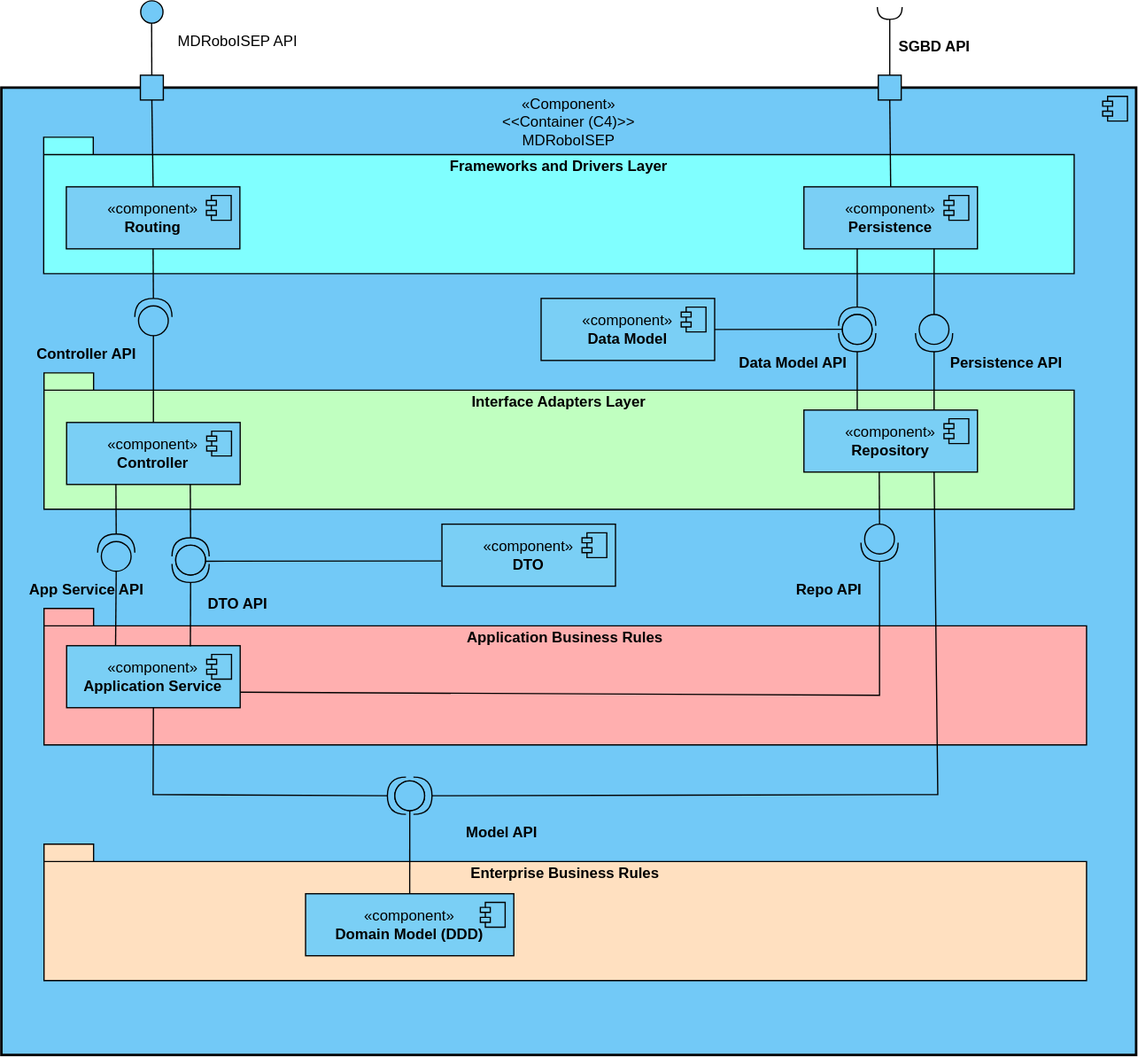
Earlier version of the draw.io export docs/N3/VL.svg (SEM5PI2324G58/sem5pi_g58_23_24). Source tidied: cells renumbered, new cells last; positions are measured from the earlier drawing's top-left corner, leaving out a move shared by most shapes. The source it was exported from:
```xml
<mxGraphModel>
  <root>
    <mxCell id="0" />
    <mxCell id="1" parent="0" />
    <mxCell id="2" value="«Component»&lt;br&gt;&amp;lt;&amp;lt;Container (C4)&amp;gt;&amp;gt;&lt;br&gt;MDRoboISEP" style="html=1;whiteSpace=wrap;verticalAlign=top;fillColor=#72C9F7;strokeColor=#000000;strokeWidth=2;" parent="1" vertex="1">
      <mxGeometry x="-0.4" y="70" width="915.4" height="780" as="geometry" />
    </mxCell>
    <mxCell id="3" style="shape=module;jettyWidth=8;jettyHeight=4;fillColor=#72c9f7;" parent="2" vertex="1">
      <mxGeometry x="1" width="20" height="20" relative="1" as="geometry">
        <mxPoint x="-27" y="7" as="offset" />
      </mxGeometry>
    </mxCell>
    <mxCell id="4" style="html=1;rounded=0;fillColor=#72C9F7;" parent="1" vertex="1">
      <mxGeometry x="111.8" y="60" width="18.5" height="20" as="geometry" />
    </mxCell>
    <mxCell id="5" style="endArrow=none;html=1;rounded=0;align=center;verticalAlign=top;endFill=0;labelBackgroundColor=none;endSize=2;" parent="1" edge="1" source="4" target="6">
      <mxGeometry relative="1" as="geometry" />
    </mxCell>
    <mxCell id="6" style="ellipse;html=1;fontSize=11;align=center;fillColor=#72C9F7;points=[];verticalAlign=bottom;labelPosition=center;verticalLabelPosition=top;flipH=1;rotation=0;" parent="1" vertex="1">
      <mxGeometry x="112" width="18" height="18" as="geometry" />
    </mxCell>
    <mxCell id="7" value="MDRoboISEP API" style="text;html=1;align=center;verticalAlign=middle;strokeColor=none;fillColor=none;" parent="1" vertex="1">
      <mxGeometry x="130" y="18" width="120" height="30" as="geometry" />
    </mxCell>
    <mxCell id="8" value="Frameworks and Drivers Layer" style="shape=folder;fontStyle=1;spacingTop=10;tabWidth=40;tabHeight=14;tabPosition=left;html=1;whiteSpace=wrap;verticalAlign=top;fillColor=#80ffff;" parent="1" vertex="1">
      <mxGeometry x="33.8" y="110" width="831.2" height="110" as="geometry" />
    </mxCell>
    <mxCell id="9" value="«component»&lt;br&gt;&lt;b&gt;Routing&lt;/b&gt;" style="html=1;whiteSpace=wrap;fillColor=#7ACFF5;" parent="1" vertex="1">
      <mxGeometry x="52" y="150" width="140" height="50" as="geometry" />
    </mxCell>
    <mxCell id="10" style="shape=module;jettyWidth=8;jettyHeight=4;fillColor=#7ACFF5;" parent="9" vertex="1">
      <mxGeometry x="1" width="20" height="20" relative="1" as="geometry">
        <mxPoint x="-27" y="7" as="offset" />
      </mxGeometry>
    </mxCell>
    <mxCell id="11" value="«component»&lt;br&gt;&lt;b&gt;Persistence&lt;/b&gt;" style="html=1;whiteSpace=wrap;fillColor=#7ACFF5;" parent="1" vertex="1">
      <mxGeometry x="647" y="150" width="140" height="50" as="geometry" />
    </mxCell>
    <mxCell id="12" style="shape=module;jettyWidth=8;jettyHeight=4;fillColor=#7ACFF5;" parent="11" vertex="1">
      <mxGeometry x="1" width="20" height="20" relative="1" as="geometry">
        <mxPoint x="-27" y="7" as="offset" />
      </mxGeometry>
    </mxCell>
    <mxCell id="13" value="Interface Adapters Layer" style="shape=folder;fontStyle=1;spacingTop=10;tabWidth=40;tabHeight=14;tabPosition=left;html=1;whiteSpace=wrap;verticalAlign=top;fillColor=#c0ffc0;" parent="1" vertex="1">
      <mxGeometry x="34" y="300" width="831" height="110" as="geometry" />
    </mxCell>
    <mxCell id="14" value="«component»&lt;br&gt;&lt;b&gt;Controller&lt;/b&gt;" style="html=1;whiteSpace=wrap;fillColor=#7ACFF5;" parent="1" vertex="1">
      <mxGeometry x="52.2" y="340" width="140" height="50" as="geometry" />
    </mxCell>
    <mxCell id="15" style="shape=module;jettyWidth=8;jettyHeight=4;fillColor=#7ACFF5;" parent="14" vertex="1">
      <mxGeometry x="1" width="20" height="20" relative="1" as="geometry">
        <mxPoint x="-27" y="7" as="offset" />
      </mxGeometry>
    </mxCell>
    <mxCell id="16" style="shape=providedRequiredInterface;html=1;verticalLabelPosition=bottom;sketch=0;rotation=-90;fillColor=#72c9f7;" parent="1" vertex="1">
      <mxGeometry x="107.2" y="240" width="30" height="30" as="geometry" />
    </mxCell>
    <mxCell id="17" style="endArrow=none;html=1;rounded=0;exitX=1;exitY=0.5;exitDx=0;exitDy=0;exitPerimeter=0;entryX=0.5;entryY=1;entryDx=0;entryDy=0;" parent="1" edge="1" source="16" target="9">
      <mxGeometry relative="1" as="geometry" />
    </mxCell>
    <mxCell id="18" style="endArrow=none;html=1;rounded=0;exitX=0.5;exitY=0;exitDx=0;exitDy=0;entryX=0;entryY=0.5;entryDx=0;entryDy=0;entryPerimeter=0;" parent="1" edge="1" source="14" target="16">
      <mxGeometry relative="1" as="geometry" />
    </mxCell>
    <mxCell id="19" value="«component»&lt;br&gt;&lt;b&gt;Repository&lt;/b&gt;" style="html=1;whiteSpace=wrap;fillColor=#7ACFF5;" parent="1" vertex="1">
      <mxGeometry x="647" y="330" width="140" height="50" as="geometry" />
    </mxCell>
    <mxCell id="20" style="shape=module;jettyWidth=8;jettyHeight=4;fillColor=#7ACFF5;" parent="19" vertex="1">
      <mxGeometry x="1" width="20" height="20" relative="1" as="geometry">
        <mxPoint x="-27" y="7" as="offset" />
      </mxGeometry>
    </mxCell>
    <mxCell id="21" value="Application Business Rules" style="shape=folder;fontStyle=1;spacingTop=10;tabWidth=40;tabHeight=14;tabPosition=left;html=1;whiteSpace=wrap;verticalAlign=top;fillColor=#ffafaf;" parent="1" vertex="1">
      <mxGeometry x="34" y="490" width="841" height="110" as="geometry" />
    </mxCell>
    <mxCell id="22" style="shape=providedRequiredInterface;html=1;verticalLabelPosition=bottom;sketch=0;rotation=-90;fillColor=#72c9f7;" parent="1" vertex="1">
      <mxGeometry x="77.2" y="430" width="30" height="30" as="geometry" />
    </mxCell>
    <mxCell id="23" style="endArrow=none;html=1;rounded=0;exitX=1;exitY=0.5;exitDx=0;exitDy=0;exitPerimeter=0;entryX=0.5;entryY=1;entryDx=0;entryDy=0;" parent="1" edge="1" source="22">
      <mxGeometry relative="1" as="geometry">
        <mxPoint x="92" y="390" as="targetPoint" />
      </mxGeometry>
    </mxCell>
    <mxCell id="24" style="endArrow=none;html=1;rounded=0;entryX=0;entryY=0.5;entryDx=0;entryDy=0;entryPerimeter=0;exitX=0.282;exitY=0.008;exitDx=0;exitDy=0;exitPerimeter=0;" parent="1" edge="1" source="30" target="22">
      <mxGeometry relative="1" as="geometry" />
    </mxCell>
    <mxCell id="25" style="shape=providedRequiredInterface;html=1;verticalLabelPosition=bottom;sketch=0;rotation=-90;fillColor=#72c9f7;" parent="1" vertex="1">
      <mxGeometry x="137.2" y="433" width="30" height="30" as="geometry" />
    </mxCell>
    <mxCell id="26" style="endArrow=none;html=1;rounded=0;exitX=1;exitY=0.5;exitDx=0;exitDy=0;exitPerimeter=0;entryX=0.5;entryY=1;entryDx=0;entryDy=0;" parent="1" edge="1" source="25">
      <mxGeometry relative="1" as="geometry">
        <mxPoint x="152" y="390" as="targetPoint" />
      </mxGeometry>
    </mxCell>
    <mxCell id="27" value="«component»&lt;br&gt;&lt;b&gt;DTO&lt;/b&gt;" style="html=1;whiteSpace=wrap;fillColor=#7ACFF5;" parent="1" vertex="1">
      <mxGeometry x="355" y="422" width="140" height="50" as="geometry" />
    </mxCell>
    <mxCell id="28" style="shape=module;jettyWidth=8;jettyHeight=4;fillColor=#7ACFF5;" parent="27" vertex="1">
      <mxGeometry x="1" width="20" height="20" relative="1" as="geometry">
        <mxPoint x="-27" y="7" as="offset" />
      </mxGeometry>
    </mxCell>
    <mxCell id="29" style="endArrow=none;html=1;rounded=0;exitX=-0.004;exitY=0.593;exitDx=0;exitDy=0;exitPerimeter=0;entryX=0.43;entryY=0.113;entryDx=0;entryDy=0;entryPerimeter=0;" parent="1" edge="1" source="27" target="39">
      <mxGeometry relative="1" as="geometry" />
    </mxCell>
    <mxCell id="30" value="«component»&lt;br&gt;&lt;b&gt;Application Service&lt;/b&gt;" style="html=1;whiteSpace=wrap;fillColor=#7ACFF5;" parent="1" vertex="1">
      <mxGeometry x="52.2" y="520" width="140" height="50" as="geometry" />
    </mxCell>
    <mxCell id="31" style="shape=module;jettyWidth=8;jettyHeight=4;fillColor=#7ACFF5;" parent="30" vertex="1">
      <mxGeometry x="1" width="20" height="20" relative="1" as="geometry">
        <mxPoint x="-27" y="7" as="offset" />
      </mxGeometry>
    </mxCell>
    <mxCell id="32" style="endArrow=none;html=1;rounded=0;exitX=0.713;exitY=0.012;exitDx=0;exitDy=0;entryX=1;entryY=0.5;entryDx=0;entryDy=0;entryPerimeter=0;exitPerimeter=0;" parent="1" edge="1" source="30" target="39">
      <mxGeometry relative="1" as="geometry" />
    </mxCell>
    <mxCell id="33" value="Enterprise Business Rules" style="shape=folder;fontStyle=1;spacingTop=10;tabWidth=40;tabHeight=14;tabPosition=left;html=1;whiteSpace=wrap;verticalAlign=top;fillColor=#ffe0c0;" parent="1" vertex="1">
      <mxGeometry x="34" y="680" width="841" height="110" as="geometry" />
    </mxCell>
    <mxCell id="34" style="shape=providedRequiredInterface;html=1;verticalLabelPosition=bottom;sketch=0;rotation=-180;fillColor=#72c9f7;" parent="1" vertex="1">
      <mxGeometry x="311" y="626" width="30" height="30" as="geometry" />
    </mxCell>
    <mxCell id="35" style="endArrow=none;html=1;rounded=0;exitX=1;exitY=0.5;exitDx=0;exitDy=0;exitPerimeter=0;entryX=0.5;entryY=1;entryDx=0;entryDy=0;" parent="1" edge="1" source="34" target="30">
      <mxGeometry relative="1" as="geometry">
        <Array as="points">
          <mxPoint x="122" y="640" />
        </Array>
      </mxGeometry>
    </mxCell>
    <mxCell id="36" style="endArrow=none;html=1;rounded=0;entryX=0.402;entryY=0.899;entryDx=0;entryDy=0;entryPerimeter=0;exitX=0.5;exitY=0;exitDx=0;exitDy=0;" parent="1" edge="1" source="37" target="44">
      <mxGeometry relative="1" as="geometry" />
    </mxCell>
    <mxCell id="37" value="«component»&lt;br&gt;&lt;b&gt;Domain Model (DDD)&lt;/b&gt;" style="html=1;whiteSpace=wrap;fillColor=#7ACFF5;" parent="1" vertex="1">
      <mxGeometry x="245" y="720" width="168" height="50" as="geometry" />
    </mxCell>
    <mxCell id="38" style="shape=module;jettyWidth=8;jettyHeight=4;fillColor=#7ACFF5;" parent="37" vertex="1">
      <mxGeometry x="1" width="20" height="20" relative="1" as="geometry">
        <mxPoint x="-27" y="7" as="offset" />
      </mxGeometry>
    </mxCell>
    <mxCell id="39" style="shape=providedRequiredInterface;html=1;verticalLabelPosition=bottom;sketch=0;rotation=90;fillColor=#72c9f7;" parent="1" vertex="1">
      <mxGeometry x="137.2" y="439" width="30" height="30" as="geometry" />
    </mxCell>
    <mxCell id="40" value="App Service API" style="text;html=1;align=center;verticalAlign=middle;strokeColor=none;fillColor=none;fontStyle=1;" parent="1" vertex="1">
      <mxGeometry x="8.2" y="460" width="120" height="30" as="geometry" />
    </mxCell>
    <mxCell id="41" value="DTO API" style="text;html=1;align=center;verticalAlign=middle;strokeColor=none;fillColor=none;fontStyle=1;" parent="1" vertex="1">
      <mxGeometry x="155" y="472" width="70" height="30" as="geometry" />
    </mxCell>
    <mxCell id="42" value="Model API" style="text;html=1;align=center;verticalAlign=middle;strokeColor=none;fillColor=none;fontStyle=1;" parent="1" vertex="1">
      <mxGeometry x="363" y="656" width="80" height="30" as="geometry" />
    </mxCell>
    <mxCell id="43" value="Controller API" style="text;html=1;align=center;verticalAlign=middle;strokeColor=none;fillColor=none;fontStyle=1;" parent="1" vertex="1">
      <mxGeometry x="18.2" y="270" width="100" height="30" as="geometry" />
    </mxCell>
    <mxCell id="44" style="shape=providedRequiredInterface;html=1;verticalLabelPosition=bottom;sketch=0;rotation=0;fillColor=#72c9f7;" parent="1" vertex="1">
      <mxGeometry x="317" y="626" width="30" height="30" as="geometry" />
    </mxCell>
    <mxCell id="45" style="endArrow=none;html=1;rounded=0;exitX=1;exitY=0.5;exitDx=0;exitDy=0;exitPerimeter=0;entryX=0.75;entryY=1;entryDx=0;entryDy=0;" parent="1" edge="1" source="44" target="19">
      <mxGeometry relative="1" as="geometry">
        <Array as="points">
          <mxPoint x="755" y="640" />
        </Array>
      </mxGeometry>
    </mxCell>
    <mxCell id="46" style="endArrow=none;html=1;rounded=0;entryX=1;entryY=0.75;entryDx=0;entryDy=0;exitX=1;exitY=0.5;exitDx=0;exitDy=0;exitPerimeter=0;" parent="1" edge="1" source="47" target="30">
      <mxGeometry relative="1" as="geometry">
        <Array as="points">
          <mxPoint x="708" y="560" />
        </Array>
      </mxGeometry>
    </mxCell>
    <mxCell id="47" style="shape=providedRequiredInterface;html=1;verticalLabelPosition=bottom;sketch=0;rotation=90;fillColor=#72c9f7;" parent="1" vertex="1">
      <mxGeometry x="693" y="422" width="30" height="30" as="geometry" />
    </mxCell>
    <mxCell id="48" style="endArrow=none;html=1;rounded=0;exitX=0;exitY=0.5;exitDx=0;exitDy=0;exitPerimeter=0;entryX=0.434;entryY=0.992;entryDx=0;entryDy=0;entryPerimeter=0;" parent="1" edge="1" source="47" target="19">
      <mxGeometry relative="1" as="geometry" />
    </mxCell>
    <mxCell id="49" value="Repo API" style="text;html=1;align=center;verticalAlign=middle;strokeColor=none;fillColor=none;fontStyle=1;" parent="1" vertex="1">
      <mxGeometry x="627" y="460" width="80" height="30" as="geometry" />
    </mxCell>
    <mxCell id="50" style="shape=providedRequiredInterface;html=1;verticalLabelPosition=bottom;sketch=0;rotation=90;fillColor=#72c9f7;" parent="1" vertex="1">
      <mxGeometry x="737" y="253" width="30" height="30" as="geometry" />
    </mxCell>
    <mxCell id="51" style="endArrow=none;html=1;rounded=0;exitX=0;exitY=0.5;exitDx=0;exitDy=0;exitPerimeter=0;entryX=0.75;entryY=1;entryDx=0;entryDy=0;" parent="1" edge="1" source="50" target="11">
      <mxGeometry relative="1" as="geometry" />
    </mxCell>
    <mxCell id="52" style="endArrow=none;html=1;rounded=0;exitX=1;exitY=0.5;exitDx=0;exitDy=0;exitPerimeter=0;entryX=0.75;entryY=0;entryDx=0;entryDy=0;" parent="1" edge="1" source="50" target="19">
      <mxGeometry relative="1" as="geometry" />
    </mxCell>
    <mxCell id="53" style="shape=providedRequiredInterface;html=1;verticalLabelPosition=bottom;sketch=0;rotation=90;fillColor=#72c9f7;" parent="1" vertex="1">
      <mxGeometry x="675" y="253" width="30" height="30" as="geometry" />
    </mxCell>
    <mxCell id="54" style="endArrow=none;html=1;rounded=0;exitX=1;exitY=0.5;exitDx=0;exitDy=0;exitPerimeter=0;entryX=0.75;entryY=1;entryDx=0;entryDy=0;" parent="1" edge="1" source="56">
      <mxGeometry relative="1" as="geometry">
        <mxPoint x="690" y="200" as="targetPoint" />
      </mxGeometry>
    </mxCell>
    <mxCell id="55" style="endArrow=none;html=1;rounded=0;exitX=1;exitY=0.5;exitDx=0;exitDy=0;exitPerimeter=0;entryX=0.75;entryY=0;entryDx=0;entryDy=0;" parent="1" edge="1" source="53">
      <mxGeometry relative="1" as="geometry">
        <mxPoint x="690" y="330" as="targetPoint" />
      </mxGeometry>
    </mxCell>
    <mxCell id="56" style="shape=providedRequiredInterface;html=1;verticalLabelPosition=bottom;sketch=0;rotation=-90;fillColor=#72c9f7;" parent="1" vertex="1">
      <mxGeometry x="675" y="247" width="30" height="30" as="geometry" />
    </mxCell>
    <mxCell id="57" value="«component»&lt;br&gt;&lt;b&gt;Data Model&lt;/b&gt;" style="html=1;whiteSpace=wrap;fillColor=#7ACFF5;" parent="1" vertex="1">
      <mxGeometry x="435" y="240" width="140" height="50" as="geometry" />
    </mxCell>
    <mxCell id="58" style="shape=module;jettyWidth=8;jettyHeight=4;fillColor=#7ACFF5;" parent="57" vertex="1">
      <mxGeometry x="1" width="20" height="20" relative="1" as="geometry">
        <mxPoint x="-27" y="7" as="offset" />
      </mxGeometry>
    </mxCell>
    <mxCell id="59" style="endArrow=none;html=1;rounded=0;exitX=0.405;exitY=0.108;exitDx=0;exitDy=0;exitPerimeter=0;entryX=1;entryY=0.5;entryDx=0;entryDy=0;" parent="1" edge="1" source="56" target="57">
      <mxGeometry relative="1" as="geometry" />
    </mxCell>
    <mxCell id="60" value="Data Model API" style="text;html=1;align=center;verticalAlign=middle;strokeColor=none;fillColor=none;fontStyle=1;" parent="1" vertex="1">
      <mxGeometry x="583" y="277" width="110" height="30" as="geometry" />
    </mxCell>
    <mxCell id="61" value="Persistence API" style="text;html=1;align=center;verticalAlign=middle;strokeColor=none;fillColor=none;fontStyle=1;" parent="1" vertex="1">
      <mxGeometry x="755" y="277" width="110" height="30" as="geometry" />
    </mxCell>
    <mxCell id="62" style="html=1;rounded=0;fillColor=#72C9F7;" parent="1" vertex="1">
      <mxGeometry x="707" y="60" width="18.5" height="20" as="geometry" />
    </mxCell>
    <mxCell id="63" style="endArrow=none;html=1;rounded=0;align=center;verticalAlign=top;endFill=0;labelBackgroundColor=none;endSize=2;entryX=1;entryY=0.5;entryDx=0;entryDy=0;entryPerimeter=0;" parent="1" edge="1" source="62" target="64">
      <mxGeometry relative="1" as="geometry" />
    </mxCell>
    <mxCell id="64" style="shape=requiredInterface;html=1;verticalLabelPosition=bottom;sketch=0;rotation=90;" parent="1" vertex="1">
      <mxGeometry x="711.2" width="10" height="20" as="geometry" />
    </mxCell>
    <mxCell id="65" style="endArrow=none;html=1;rounded=0;align=center;verticalAlign=top;endFill=0;labelBackgroundColor=none;endSize=2;entryX=0.5;entryY=1;entryDx=0;entryDy=0;exitX=0.5;exitY=0;exitDx=0;exitDy=0;" parent="1" edge="1" source="11" target="62">
      <mxGeometry relative="1" as="geometry" />
    </mxCell>
    <mxCell id="66" value="SGBD API" style="text;html=1;align=center;verticalAlign=middle;strokeColor=none;fillColor=none;fontStyle=1;" parent="1" vertex="1">
      <mxGeometry x="712" y="22" width="80" height="30" as="geometry" />
    </mxCell>
    <mxCell id="67" style="endArrow=none;html=1;rounded=0;exitX=0.5;exitY=0;exitDx=0;exitDy=0;entryX=0.5;entryY=1;entryDx=0;entryDy=0;" parent="1" edge="1" source="9" target="4">
      <mxGeometry relative="1" as="geometry" />
    </mxCell>
  </root>
</mxGraphModel>
```
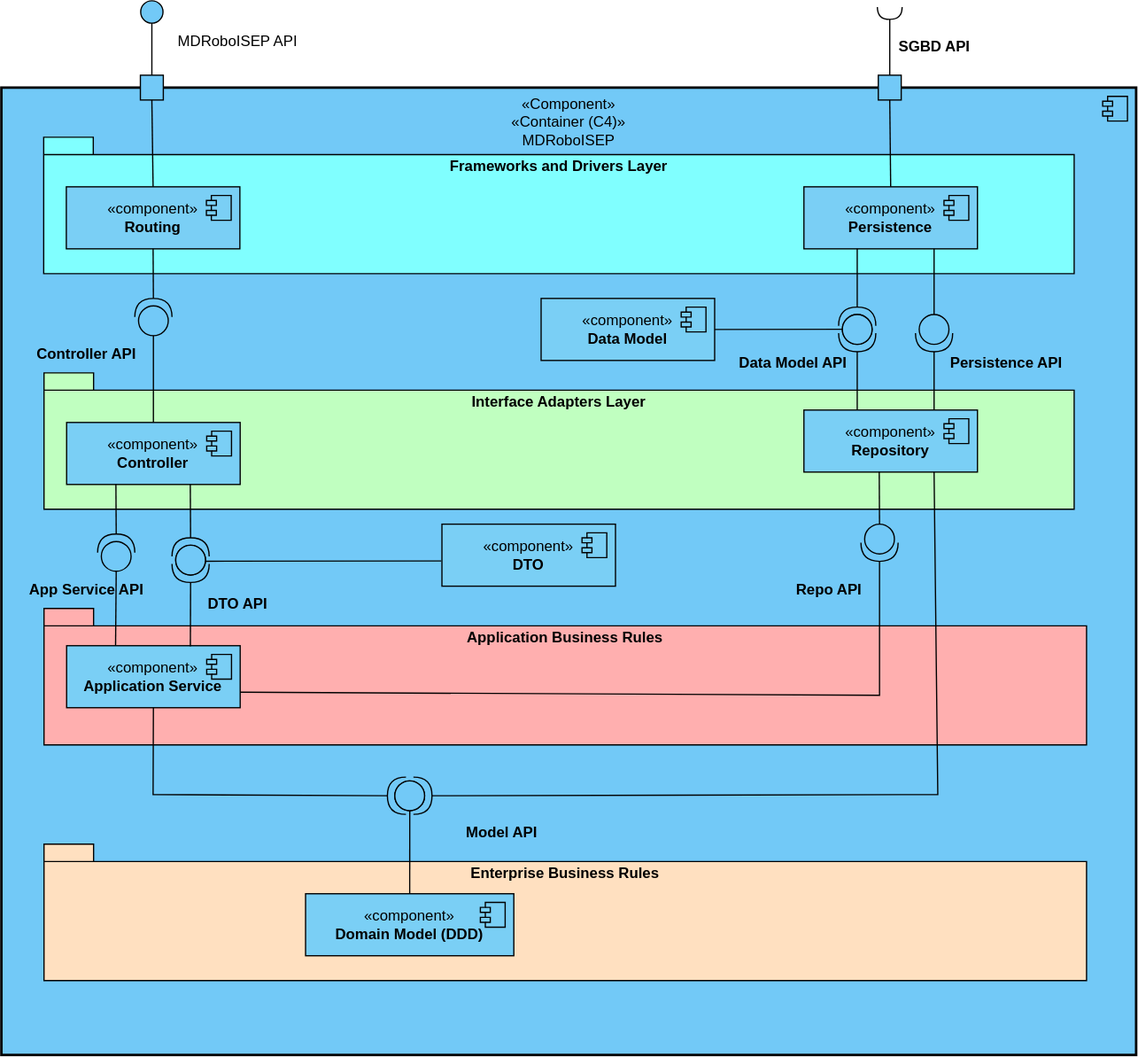
After the commit.

Diff of the diagram source:
```diff
@@ -2,7 +2,7 @@
   <root>
     <mxCell id="0" />
     <mxCell id="1" parent="0" />
-    <mxCell id="2" value="«Component»&lt;br&gt;&amp;lt;&amp;lt;Container (C4)&amp;gt;&amp;gt;&lt;br&gt;MDRoboISEP" style="html=1;whiteSpace=wrap;verticalAlign=top;fillColor=#72C9F7;strokeColor=#000000;strokeWidth=2;" parent="1" vertex="1">
+    <mxCell id="2" value="«Component»&lt;br&gt;«Container (C4)»&lt;br&gt;MDRoboISEP" style="html=1;whiteSpace=wrap;verticalAlign=top;fillColor=#72C9F7;strokeColor=#000000;strokeWidth=2;" parent="1" vertex="1">
       <mxGeometry x="-0.4" y="70" width="915.4" height="780" as="geometry" />
     </mxCell>
     <mxCell id="3" style="shape=module;jettyWidth=8;jettyHeight=4;fillColor=#72c9f7;" parent="2" vertex="1">
```
